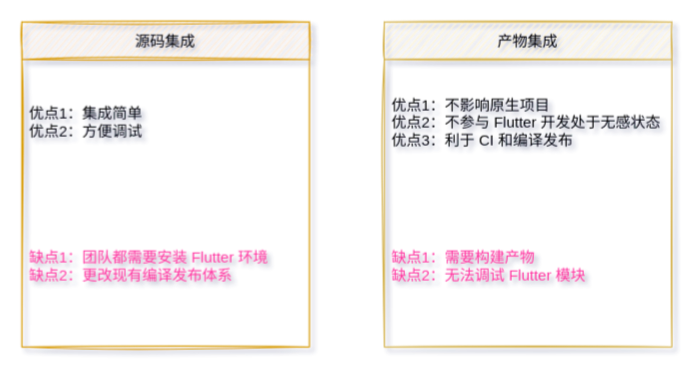
Earlier version of the draw.io diagram page "第 3 页" (3 of 5) of drawio/flutter.drawio (zhixinpeng/storage). Source tidied: cells renumbered, new cells numbered last; positions are measured from the earlier drawing's top-left corner, leaving out a move shared by most shapes. Both pictures are drawn from the tidied source at 125%, with x=0, y=0 at pixel (21, 21).
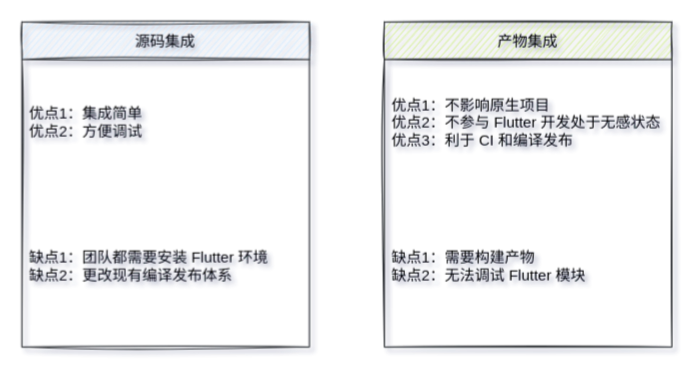
After the change.

What changed in the source:
```diff
@@
 <mxGraphModel shadow="1">
   <root>
     <mxCell id="0" />
     <mxCell id="1" parent="0" />
-    <mxCell id="2" value="源码集成" style="swimlane;fontStyle=0;horizontal=1;startSize=30;sketch=1;rounded=0;fillColor=#ffe6cc;strokeColor=#d79b00;" parent="1" vertex="1">
+    <mxCell id="2" value="源码集成" style="swimlane;fontStyle=0;horizontal=1;startSize=30;sketch=1;rounded=0;fillColor=#cce5ff;strokeColor=#36393d;" parent="1" vertex="1">
       <mxGeometry width="230" height="260" as="geometry" />
     </mxCell>
     <mxCell id="3" value="优点1：集成简单&#10;优点2：方便调试" style="text;strokeColor=none;fillColor=none;align=left;verticalAlign=middle;spacingLeft=4;spacingRight=4;overflow=hidden;sketch=1;rounded=0;" parent="2" vertex="1">
       <mxGeometry y="30" width="230" height="100" as="geometry" />
     </mxCell>
-    <mxCell id="4" value="缺点1：团队都需要安装 Flutter 环境&#10;缺点2：更改现有编译发布体系" style="text;strokeColor=none;fillColor=none;align=left;verticalAlign=middle;spacingLeft=4;spacingRight=4;overflow=hidden;sketch=1;rounded=0;fontColor=#FF38A2;" parent="2" vertex="1">
+    <mxCell id="4" value="缺点1：团队都需要安装 Flutter 环境&#10;缺点2：更改现有编译发布体系" style="text;strokeColor=none;fillColor=none;align=left;verticalAlign=middle;spacingLeft=4;spacingRight=4;overflow=hidden;sketch=1;rounded=0;fontColor=#000000;" parent="2" vertex="1">
       <mxGeometry y="130" width="230" height="130" as="geometry" />
     </mxCell>
-    <mxCell id="5" value="产物集成" style="swimlane;fontStyle=0;horizontal=1;startSize=30;sketch=1;rounded=0;fillColor=#fff2cc;strokeColor=#d6b656;swimlaneFillColor=none;gradientColor=none;glass=0;shadow=0;swimlaneLine=1;" parent="1" vertex="1">
+    <mxCell id="5" value="产物集成" style="swimlane;fontStyle=0;horizontal=1;startSize=30;sketch=1;rounded=0;fillColor=#cdeb8b;strokeColor=#36393d;swimlaneFillColor=none;glass=0;shadow=0;swimlaneLine=1;" parent="1" vertex="1">
       <mxGeometry x="290" width="230" height="260" as="geometry" />
     </mxCell>
     <mxCell id="6" value="优点1：不影响原生项目&#10;优点2：不参与 Flutter 开发处于无感状态&#10;优点3：利于 CI 和编译发布" style="text;strokeColor=none;fillColor=none;align=left;verticalAlign=middle;spacingLeft=4;spacingRight=4;overflow=hidden;sketch=1;rounded=0;" parent="5" vertex="1">
       <mxGeometry y="30" width="230" height="100" as="geometry" />
     </mxCell>
-    <mxCell id="7" value="缺点1：需要构建产物&#10;缺点2：无法调试 Flutter 模块" style="text;strokeColor=none;fillColor=none;align=left;verticalAlign=middle;spacingLeft=4;spacingRight=4;overflow=hidden;sketch=1;rounded=0;fontColor=#FF38A2;" parent="5" vertex="1">
+    <mxCell id="7" value="缺点1：需要构建产物&#10;缺点2：无法调试 Flutter 模块" style="text;strokeColor=none;fillColor=none;align=left;verticalAlign=middle;spacingLeft=4;spacingRight=4;overflow=hidden;sketch=1;rounded=0;fontColor=#000000;" parent="5" vertex="1">
       <mxGeometry y="130" width="230" height="130" as="geometry" />
     </mxCell>
   </root>
 </mxGraphModel>
```
